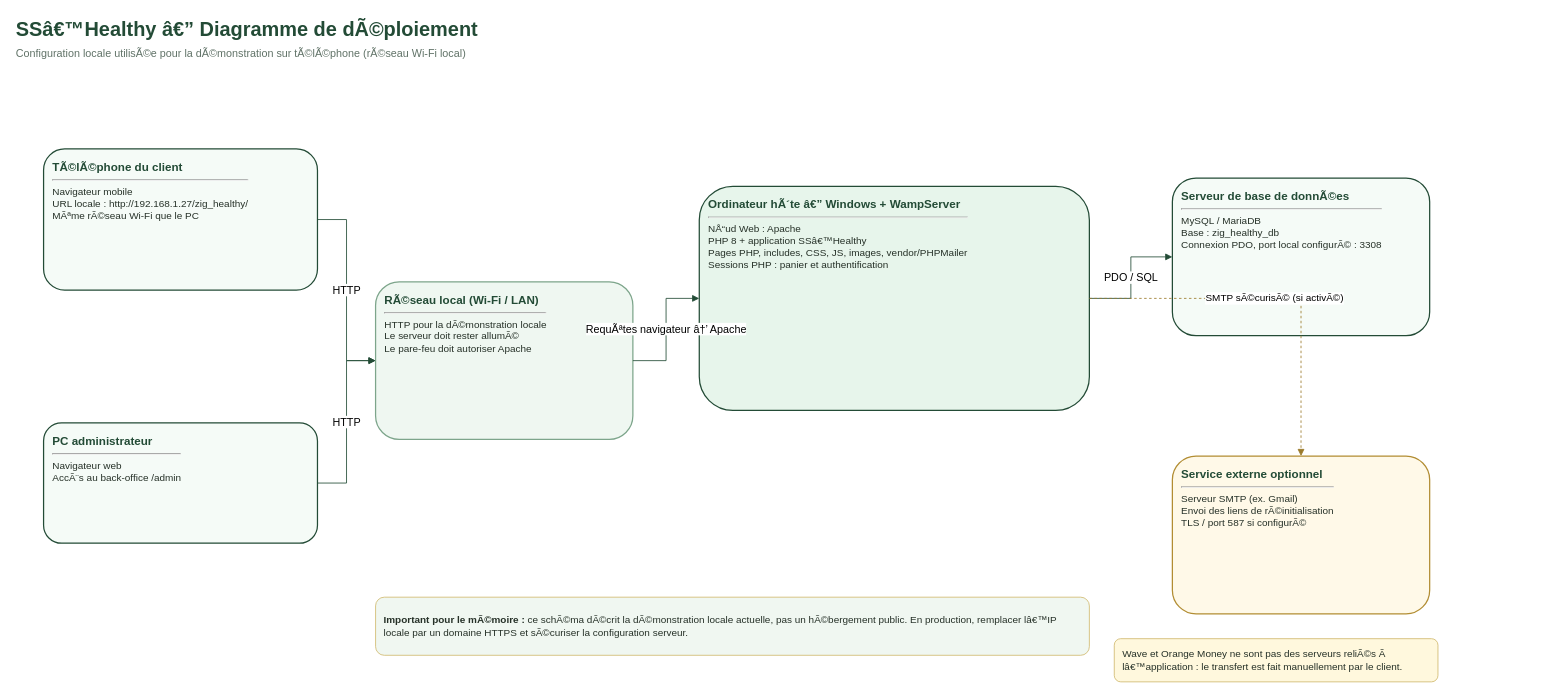
Earlier version of the draw.io diagram page "Déploiement" (2 of 8) of diagrammes_SSHealthy.drawio (nooralshams/SS-Healthy). Source tidied: cells renumbered, new cells numbered last; positions are measured from the earlier drawing's top-left corner, leaving out a move shared by most shapes. Both pictures are drawn from the tidied source at 83%, with x=0, y=0 at pixel (14, 14).
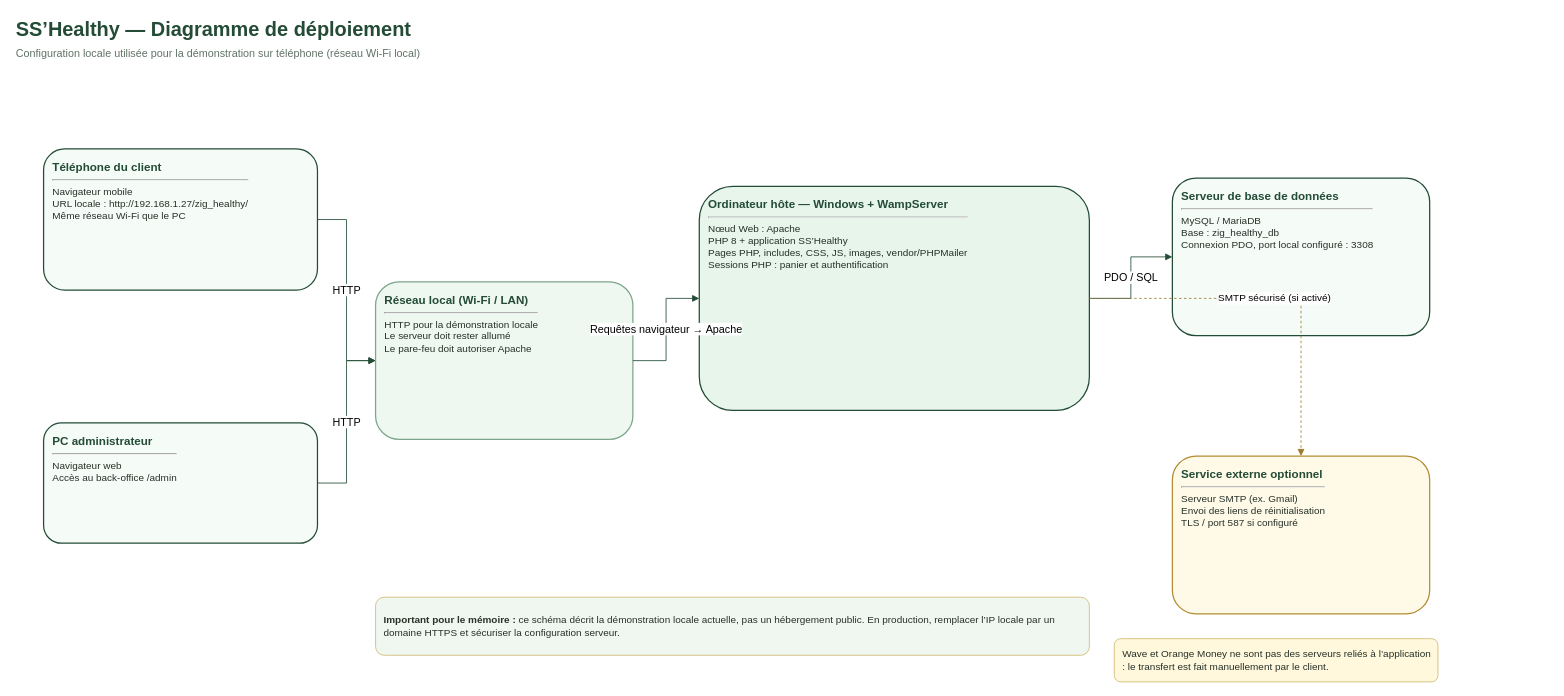
The same diagram, later.

What changed in the source:
```diff
@@
 <mxGraphModel>
   <root>
     <mxCell id="0" />
     <mxCell id="1" parent="0" />
-    <mxCell id="2" value="&lt;b&gt;&lt;font color='#234B36' style='font-size:24px'&gt;SSâ€™Healthy â€” Diagramme de dÃ©ploiement&lt;/font&gt;&lt;/b&gt;&lt;br&gt;&lt;font color='#607267' style='font-size:13px'&gt;Configuration locale utilisÃ©e pour la dÃ©monstration sur tÃ©lÃ©phone (rÃ©seau Wi-Fi local)&lt;/font&gt;" style="text;html=1;align=left;verticalAlign=middle;whiteSpace=wrap;strokeColor=none;fillColor=none;fontSize=20;" parent="1" vertex="1">
+    <mxCell id="2" value="&lt;b&gt;&lt;font color='#234B36' style='font-size:24px'&gt;SS’Healthy — Diagramme de déploiement&lt;/font&gt;&lt;/b&gt;&lt;br&gt;&lt;font color='#607267' style='font-size:13px'&gt;Configuration locale utilisée pour la démonstration sur téléphone (réseau Wi-Fi local)&lt;/font&gt;" style="text;html=1;align=left;verticalAlign=middle;whiteSpace=wrap;strokeColor=none;fillColor=none;fontSize=20;" parent="1" vertex="1">
       <mxGeometry width="1850" height="60" as="geometry" />
     </mxCell>
-    <mxCell id="3" value="&lt;b&gt;&lt;font color='#234B36' style='font-size:14px'&gt;TÃ©lÃ©phone du client&lt;/font&gt;&lt;/b&gt;&lt;br&gt;&lt;hr&gt;Navigateur mobile&lt;br&gt;URL locale : http://192.168.1.27/zig_healthy/&lt;br&gt;MÃªme rÃ©seau Wi-Fi que le PC" style="rounded=1;whiteSpace=wrap;html=1;align=left;verticalAlign=top;spacingLeft=9;spacingRight=7;spacingTop=7;fillColor=#F5FBF7;strokeColor=#234B36;strokeWidth=1.5;fontSize=12;fontColor=#263128;" parent="1" vertex="1">
+    <mxCell id="3" value="&lt;b&gt;&lt;font color='#234B36' style='font-size:14px'&gt;Téléphone du client&lt;/font&gt;&lt;/b&gt;&lt;br&gt;&lt;hr&gt;Navigateur mobile&lt;br&gt;URL locale : http://192.168.1.27/zig_healthy/&lt;br&gt;Même réseau Wi-Fi que le PC" style="rounded=1;whiteSpace=wrap;html=1;align=left;verticalAlign=top;spacingLeft=9;spacingRight=7;spacingTop=7;fillColor=#F5FBF7;strokeColor=#234B36;strokeWidth=1.5;fontSize=12;fontColor=#263128;" parent="1" vertex="1">
       <mxGeometry x="35" y="162" width="330" height="170" as="geometry" />
     </mxCell>
-    <mxCell id="4" value="&lt;b&gt;&lt;font color='#234B36' style='font-size:14px'&gt;PC administrateur&lt;/font&gt;&lt;/b&gt;&lt;br&gt;&lt;hr&gt;Navigateur web&lt;br&gt;AccÃ¨s au back-office /admin" style="rounded=1;whiteSpace=wrap;html=1;align=left;verticalAlign=top;spacingLeft=9;spacingRight=7;spacingTop=7;fillColor=#F5FBF7;strokeColor=#234B36;strokeWidth=1.5;fontSize=12;fontColor=#263128;" parent="1" vertex="1">
+    <mxCell id="4" value="&lt;b&gt;&lt;font color='#234B36' style='font-size:14px'&gt;PC administrateur&lt;/font&gt;&lt;/b&gt;&lt;br&gt;&lt;hr&gt;Navigateur web&lt;br&gt;Accès au back-office /admin" style="rounded=1;whiteSpace=wrap;html=1;align=left;verticalAlign=top;spacingLeft=9;spacingRight=7;spacingTop=7;fillColor=#F5FBF7;strokeColor=#234B36;strokeWidth=1.5;fontSize=12;fontColor=#263128;" parent="1" vertex="1">
       <mxGeometry x="35" y="492" width="330" height="145" as="geometry" />
     </mxCell>
-    <mxCell id="5" value="&lt;b&gt;&lt;font color='#234B36' style='font-size:14px'&gt;RÃ©seau local (Wi-Fi / LAN)&lt;/font&gt;&lt;/b&gt;&lt;br&gt;&lt;hr&gt;HTTP pour la dÃ©monstration locale&lt;br&gt;Le serveur doit rester allumÃ©&lt;br&gt;Le pare-feu doit autoriser Apache" style="rounded=1;whiteSpace=wrap;html=1;align=left;verticalAlign=top;spacingLeft=9;spacingRight=7;spacingTop=7;fillColor=#EFF7F1;strokeColor=#7DA58B;strokeWidth=1.5;fontSize=12;fontColor=#263128;" parent="1" vertex="1">
+    <mxCell id="5" value="&lt;b&gt;&lt;font color='#234B36' style='font-size:14px'&gt;Réseau local (Wi-Fi / LAN)&lt;/font&gt;&lt;/b&gt;&lt;br&gt;&lt;hr&gt;HTTP pour la démonstration locale&lt;br&gt;Le serveur doit rester allumé&lt;br&gt;Le pare-feu doit autoriser Apache" style="rounded=1;whiteSpace=wrap;html=1;align=left;verticalAlign=top;spacingLeft=9;spacingRight=7;spacingTop=7;fillColor=#EFF7F1;strokeColor=#7DA58B;strokeWidth=1.5;fontSize=12;fontColor=#263128;" parent="1" vertex="1">
       <mxGeometry x="435" y="322" width="310" height="190" as="geometry" />
     </mxCell>
-    <mxCell id="6" value="&lt;b&gt;&lt;font color='#234B36' style='font-size:14px'&gt;Ordinateur hÃ´te â€” Windows + WampServer&lt;/font&gt;&lt;/b&gt;&lt;br&gt;&lt;hr&gt;NÅ“ud Web : Apache&lt;br&gt;PHP 8 + application SSâ€™Healthy&lt;br&gt;Pages PHP, includes, CSS, JS, images, vendor/PHPMailer&lt;br&gt;Sessions PHP : panier et authentification" style="rounded=1;whiteSpace=wrap;html=1;align=left;verticalAlign=top;spacingLeft=9;spacingRight=7;spacingTop=7;fillColor=#E7F5EB;strokeColor=#234B36;strokeWidth=1.5;fontSize=12;fontColor=#263128;" parent="1" vertex="1">
+    <mxCell id="6" value="&lt;b&gt;&lt;font color='#234B36' style='font-size:14px'&gt;Ordinateur hôte — Windows + WampServer&lt;/font&gt;&lt;/b&gt;&lt;br&gt;&lt;hr&gt;Nœud Web : Apache&lt;br&gt;PHP 8 + application SS’Healthy&lt;br&gt;Pages PHP, includes, CSS, JS, images, vendor/PHPMailer&lt;br&gt;Sessions PHP : panier et authentification" style="rounded=1;whiteSpace=wrap;html=1;align=left;verticalAlign=top;spacingLeft=9;spacingRight=7;spacingTop=7;fillColor=#E7F5EB;strokeColor=#234B36;strokeWidth=1.5;fontSize=12;fontColor=#263128;" parent="1" vertex="1">
       <mxGeometry x="825" y="207" width="470" height="270" as="geometry" />
     </mxCell>
-    <mxCell id="7" value="&lt;b&gt;&lt;font color='#234B36' style='font-size:14px'&gt;Serveur de base de donnÃ©es&lt;/font&gt;&lt;/b&gt;&lt;br&gt;&lt;hr&gt;MySQL / MariaDB&lt;br&gt;Base : zig_healthy_db&lt;br&gt;Connexion PDO, port local configurÃ© : 3308" style="rounded=1;whiteSpace=wrap;html=1;align=left;verticalAlign=top;spacingLeft=9;spacingRight=7;spacingTop=7;fillColor=#F5FBF7;strokeColor=#234B36;strokeWidth=1.5;fontSize=12;fontColor=#263128;" parent="1" vertex="1">
+    <mxCell id="7" value="&lt;b&gt;&lt;font color='#234B36' style='font-size:14px'&gt;Serveur de base de données&lt;/font&gt;&lt;/b&gt;&lt;br&gt;&lt;hr&gt;MySQL / MariaDB&lt;br&gt;Base : zig_healthy_db&lt;br&gt;Connexion PDO, port local configuré : 3308" style="rounded=1;whiteSpace=wrap;html=1;align=left;verticalAlign=top;spacingLeft=9;spacingRight=7;spacingTop=7;fillColor=#F5FBF7;strokeColor=#234B36;strokeWidth=1.5;fontSize=12;fontColor=#263128;" parent="1" vertex="1">
       <mxGeometry x="1395" y="197" width="310" height="190" as="geometry" />
     </mxCell>
-    <mxCell id="8" value="&lt;b&gt;&lt;font color='#234B36' style='font-size:14px'&gt;Service externe optionnel&lt;/font&gt;&lt;/b&gt;&lt;br&gt;&lt;hr&gt;Serveur SMTP (ex. Gmail)&lt;br&gt;Envoi des liens de rÃ©initialisation&lt;br&gt;TLS / port 587 si configurÃ©" style="rounded=1;whiteSpace=wrap;html=1;align=left;verticalAlign=top;spacingLeft=9;spacingRight=7;spacingTop=7;fillColor=#FFF9E8;strokeColor=#B28D33;strokeWidth=1.5;fontSize=12;fontColor=#263128;" parent="1" vertex="1">
+    <mxCell id="8" value="&lt;b&gt;&lt;font color='#234B36' style='font-size:14px'&gt;Service externe optionnel&lt;/font&gt;&lt;/b&gt;&lt;br&gt;&lt;hr&gt;Serveur SMTP (ex. Gmail)&lt;br&gt;Envoi des liens de réinitialisation&lt;br&gt;TLS / port 587 si configuré" style="rounded=1;whiteSpace=wrap;html=1;align=left;verticalAlign=top;spacingLeft=9;spacingRight=7;spacingTop=7;fillColor=#FFF9E8;strokeColor=#B28D33;strokeWidth=1.5;fontSize=12;fontColor=#263128;" parent="1" vertex="1">
       <mxGeometry x="1395" y="532" width="310" height="190" as="geometry" />
     </mxCell>
     <mxCell id="9" value="HTTP" style="edgeStyle=orthogonalEdgeStyle;rounded=0;html=1;strokeColor=#234B36;endArrow=block;endFill=1;fontSize=13;labelBackgroundColor=#FFFFFF;" parent="1" edge="1" source="3" target="5">
       <mxGeometry relative="1" as="geometry" />
     </mxCell>
     <mxCell id="10" value="HTTP" style="edgeStyle=orthogonalEdgeStyle;rounded=0;html=1;strokeColor=#234B36;endArrow=block;endFill=1;fontSize=13;labelBackgroundColor=#FFFFFF;" parent="1" edge="1" source="4" target="5">
       <mxGeometry relative="1" as="geometry" />
     </mxCell>
-    <mxCell id="11" value="RequÃªtes navigateur â†’ Apache" style="edgeStyle=orthogonalEdgeStyle;rounded=0;html=1;strokeColor=#234B36;endArrow=block;endFill=1;fontSize=13;labelBackgroundColor=#FFFFFF;" parent="1" edge="1" source="5" target="6">
+    <mxCell id="11" value="Requêtes navigateur → Apache" style="edgeStyle=orthogonalEdgeStyle;rounded=0;html=1;strokeColor=#234B36;endArrow=block;endFill=1;fontSize=13;labelBackgroundColor=#FFFFFF;" parent="1" edge="1" source="5" target="6">
       <mxGeometry relative="1" as="geometry" />
     </mxCell>
     <mxCell id="12" value="PDO / SQL" style="edgeStyle=orthogonalEdgeStyle;rounded=0;html=1;strokeColor=#234B36;endArrow=block;endFill=1;fontSize=13;labelBackgroundColor=#FFFFFF;" parent="1" edge="1" source="6" target="7">
       <mxGeometry relative="1" as="geometry" />
     </mxCell>
-    <mxCell id="13" value="SMTP sÃ©curisÃ© (si activÃ©)" style="edgeStyle=orthogonalEdgeStyle;rounded=0;dashed=1;html=1;strokeColor=#9B7A2B;endArrow=block;endFill=1;fontSize=12;labelBackgroundColor=#FFFFFF;" parent="1" edge="1" source="6" target="8">
+    <mxCell id="13" value="SMTP sécurisé (si activé)" style="edgeStyle=orthogonalEdgeStyle;rounded=0;dashed=1;html=1;strokeColor=#9B7A2B;endArrow=block;endFill=1;fontSize=12;labelBackgroundColor=#FFFFFF;" parent="1" edge="1" source="6" target="8">
       <mxGeometry relative="1" as="geometry" />
     </mxCell>
-    <mxCell id="14" value="&lt;b&gt;Important pour le mÃ©moire :&lt;/b&gt; ce schÃ©ma dÃ©crit la dÃ©monstration locale actuelle, pas un hÃ©bergement public. En production, remplacer lâ€™IP locale par un domaine HTTPS et sÃ©curiser la configuration serveur." style="rounded=1;whiteSpace=wrap;html=1;align=left;verticalAlign=middle;spacing=10;fillColor=#F0F7F1;strokeColor=#D0B96E;fontSize=12;fontColor=#263128;" parent="1" vertex="1">
+    <mxCell id="14" value="&lt;b&gt;Important pour le mémoire :&lt;/b&gt; ce schéma décrit la démonstration locale actuelle, pas un hébergement public. En production, remplacer l’IP locale par un domaine HTTPS et sécuriser la configuration serveur." style="rounded=1;whiteSpace=wrap;html=1;align=left;verticalAlign=middle;spacing=10;fillColor=#F0F7F1;strokeColor=#D0B96E;fontSize=12;fontColor=#263128;" parent="1" vertex="1">
       <mxGeometry x="435" y="702" width="860" height="70" as="geometry" />
     </mxCell>
-    <mxCell id="15" value="Wave et Orange Money ne sont pas des serveurs reliÃ©s Ã  lâ€™application : le transfert est fait manuellement par le client." style="rounded=1;whiteSpace=wrap;html=1;align=left;verticalAlign=middle;spacing=10;fillColor=#FFF8DD;strokeColor=#D0B96E;fontSize=12;fontColor=#263128;" parent="1" vertex="1">
+    <mxCell id="15" value="Wave et Orange Money ne sont pas des serveurs reliés à l’application : le transfert est fait manuellement par le client." style="rounded=1;whiteSpace=wrap;html=1;align=left;verticalAlign=middle;spacing=10;fillColor=#FFF8DD;strokeColor=#D0B96E;fontSize=12;fontColor=#263128;" parent="1" vertex="1">
       <mxGeometry x="1325" y="752" width="390" height="52" as="geometry" />
     </mxCell>
   </root>
 </mxGraphModel>
```
